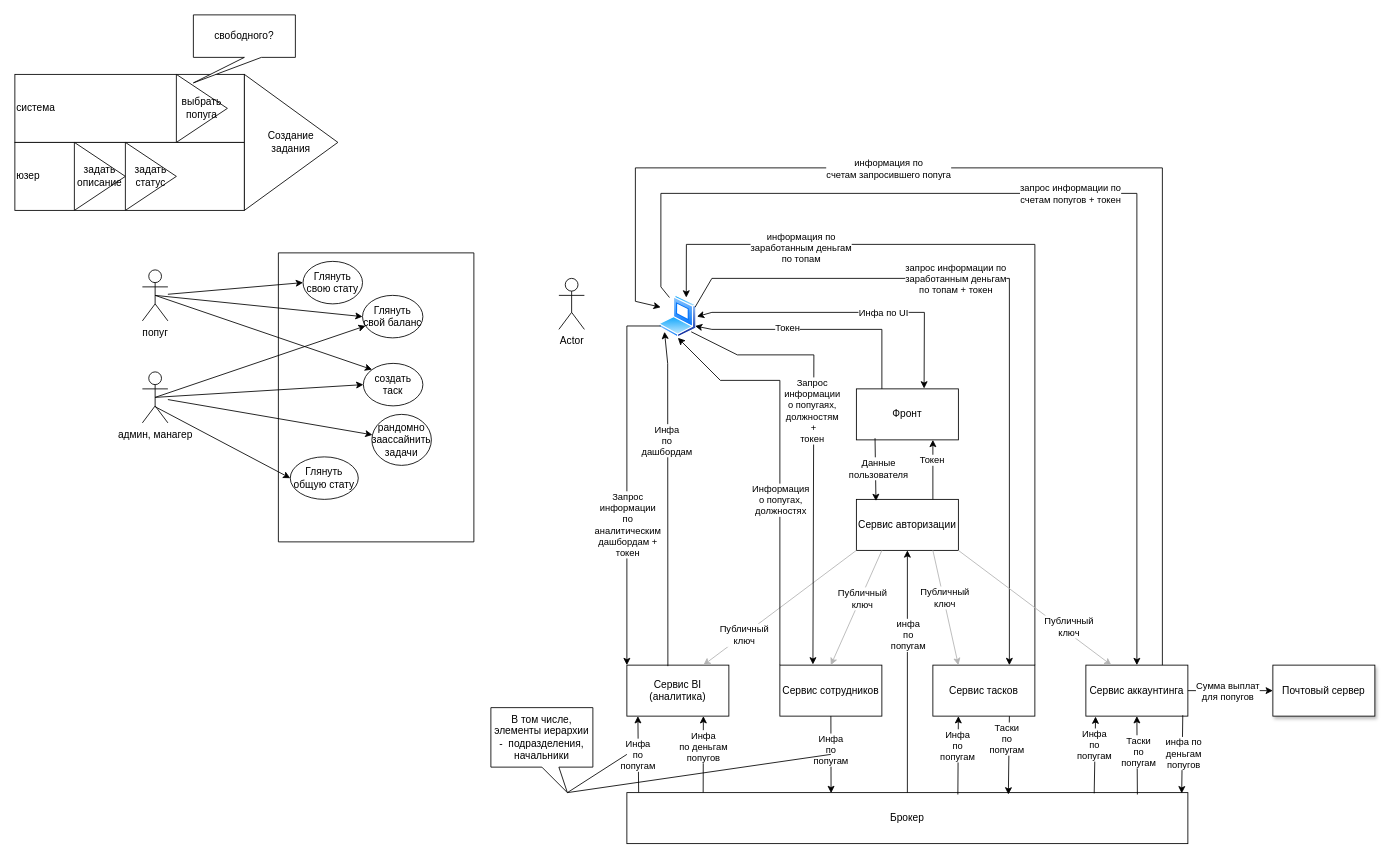
Before: hometask_0/Initial_schema.drawio in mechaleth/PopuJIRAcc, a draw.io diagram. Source tidied: cells renumbered, new cells numbered last; positions are measured from the earlier drawing's top-left corner, leaving out a move shared by most shapes. Both pictures are drawn from the tidied source at 85%, with x=0, y=0 at pixel (14, 14).
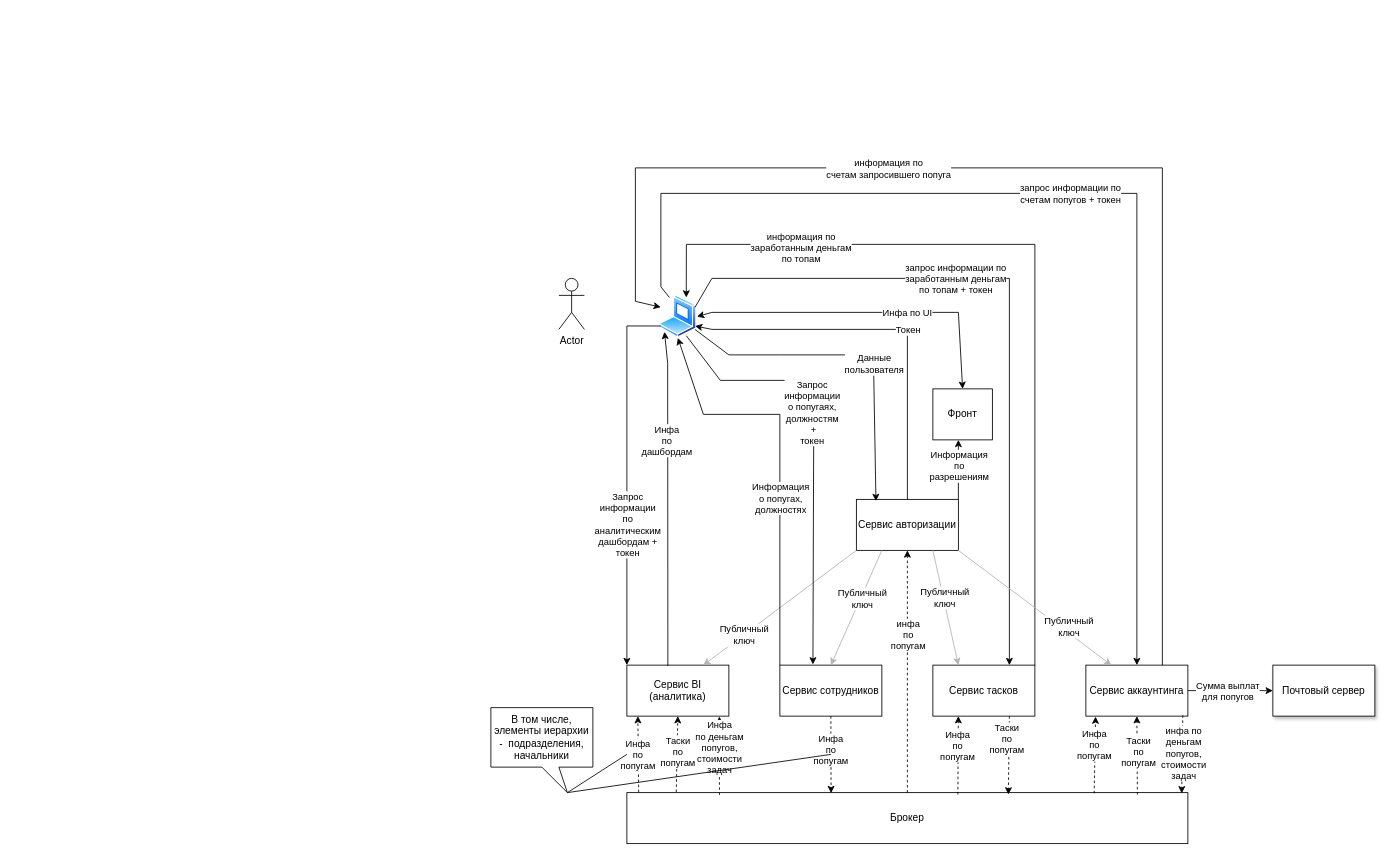
The same page after the edit.

Unchanged cells that the change refers to:
```xml
<mxCell id="19" value="Сервис BI (аналитика)" style="rounded=0;whiteSpace=wrap;html=1;" parent="1" vertex="1">
  <mxGeometry x="720" y="765" width="120" height="60" as="geometry" />
</mxCell>
<mxCell id="20" value="Сервис авторизации" style="rounded=0;whiteSpace=wrap;html=1;" parent="1" vertex="1">
  <mxGeometry x="990" y="570" width="120" height="60" as="geometry" />
</mxCell>
<mxCell id="21" value="Сервис сотрудников" style="rounded=0;whiteSpace=wrap;html=1;" parent="1" vertex="1">
  <mxGeometry x="900" y="765" width="120" height="60" as="geometry" />
</mxCell>
<mxCell id="22" value="Сервис тасков" style="rounded=0;whiteSpace=wrap;html=1;" parent="1" vertex="1">
  <mxGeometry x="1080" y="765" width="120" height="60" as="geometry" />
</mxCell>
<mxCell id="23" value="Сервис аккаунтинга" style="rounded=0;whiteSpace=wrap;html=1;" parent="1" vertex="1">
  <mxGeometry x="1260" y="765" width="120" height="60" as="geometry" />
</mxCell>
<mxCell id="25" value="Брокер" style="rounded=0;whiteSpace=wrap;html=1;" parent="1" vertex="1">
  <mxGeometry x="720" y="915" width="660" height="60" as="geometry" />
</mxCell>
<mxCell id="36" style="image;perimeter=ellipsePerimeter;html=1;align=center;shadow=0;dashed=0;spacingTop=3;image=img/lib/active_directory/laptop_client.svg;" parent="1" vertex="1">
  <mxGeometry x="757.5" y="330" width="45" height="50" as="geometry" />
</mxCell>
```

Diff of the diagram source:
```diff
@@
-    <mxCell id="2" value="система" style="rounded=0;whiteSpace=wrap;html=1;align=left;" parent="1" vertex="1">
-      <mxGeometry y="70" width="270" height="80" as="geometry" />
-    </mxCell>
-    <mxCell id="3" value="юзер" style="rounded=0;whiteSpace=wrap;html=1;align=left;" parent="1" vertex="1">
-      <mxGeometry y="150" width="270" height="80" as="geometry" />
-    </mxCell>
-    <mxCell id="4" style="swimlane;startSize=0;" parent="1" vertex="1">
-      <mxGeometry x="310" y="280" width="230" height="340" as="geometry" />
-    </mxCell>
-    <mxCell id="5" value="создать таск" style="ellipse;whiteSpace=wrap;html=1;" parent="4" vertex="1">
-      <mxGeometry x="100" y="130" width="70" height="50" as="geometry" />
-    </mxCell>
-    <mxCell id="6" value="рандомно заассайнить задачи" style="ellipse;whiteSpace=wrap;html=1;" parent="4" vertex="1">
-      <mxGeometry x="110" y="190" width="70" height="60" as="geometry" />
-    </mxCell>
-    <mxCell id="7" value="Глянуть&lt;br&gt;общую стату" style="ellipse;whiteSpace=wrap;html=1;" parent="4" vertex="1">
-      <mxGeometry x="14" y="240" width="80" height="50" as="geometry" />
-    </mxCell>
-    <mxCell id="8" value="Глянуть свою стату" style="ellipse;whiteSpace=wrap;html=1;" parent="4" vertex="1">
-      <mxGeometry x="29" y="10" width="70" height="50" as="geometry" />
-    </mxCell>
-    <mxCell id="9" value="Глянуть свой баланс" style="ellipse;whiteSpace=wrap;html=1;" parent="4" vertex="1">
-      <mxGeometry x="99" y="50" width="71" height="50" as="geometry" />
-    </mxCell>
-    <mxCell id="10" value="попуг" style="shape=umlActor;verticalLabelPosition=bottom;verticalAlign=top;html=1;outlineConnect=0;" parent="1" vertex="1">
-      <mxGeometry x="150" y="300" width="30" height="60" as="geometry" />
-    </mxCell>
-    <mxCell id="11" value="админ, манагер" style="shape=umlActor;verticalLabelPosition=bottom;verticalAlign=top;html=1;outlineConnect=0;" parent="1" vertex="1">
-      <mxGeometry x="150" y="420" width="30" height="60" as="geometry" />
-    </mxCell>
-    <mxCell id="12" value="задать описание" style="triangle;whiteSpace=wrap;html=1;" parent="1" vertex="1">
-      <mxGeometry x="70" y="150" width="60" height="80" as="geometry" />
-    </mxCell>
-    <mxCell id="13" value="задать статус" style="triangle;whiteSpace=wrap;html=1;" parent="1" vertex="1">
-      <mxGeometry x="130" y="150" width="60" height="80" as="geometry" />
-    </mxCell>
-    <mxCell id="14" value="выбрать попуга" style="triangle;whiteSpace=wrap;html=1;" parent="1" vertex="1">
-      <mxGeometry x="190" y="70" width="60" height="80" as="geometry" />
-    </mxCell>
-    <mxCell id="15" style="endArrow=classic;html=1;rounded=0;" parent="1" edge="1" source="11" target="6">
-      <mxGeometry relative="1" as="geometry" />
-    </mxCell>
-    <mxCell id="16" style="endArrow=classic;html=1;rounded=0;entryX=0;entryY=0.5;entryDx=0;entryDy=0;exitX=0.5;exitY=0.5;exitDx=0;exitDy=0;exitPerimeter=0;" parent="1" edge="1" source="11" target="5">
-      <mxGeometry relative="1" as="geometry" />
-    </mxCell>
-    <mxCell id="17" style="endArrow=classic;html=1;rounded=0;entryX=0;entryY=0;entryDx=0;entryDy=0;exitX=0.5;exitY=0.5;exitDx=0;exitDy=0;exitPerimeter=0;" parent="1" edge="1" source="10" target="5">
-      <mxGeometry relative="1" as="geometry" />
-    </mxCell>
-    <mxCell id="18" value="свободного?" style="shape=callout;whiteSpace=wrap;html=1;perimeter=calloutPerimeter;position2=0;" parent="1" vertex="1">
-      <mxGeometry x="210" width="120" height="80" as="geometry" />
-    </mxCell>
@@
     <mxCell id="24" value="Фронт" style="rounded=0;whiteSpace=wrap;html=1;" parent="1" vertex="1">
-      <mxGeometry x="990" y="440" width="120" height="60" as="geometry" />
+      <mxGeometry x="1080" y="440" width="70" height="60" as="geometry" />
     </mxCell>
@@
-    <mxCell id="26" style="endArrow=classic;html=1;rounded=0;entryX=0.192;entryY=0.033;entryDx=0;entryDy=0;entryPerimeter=0;exitX=0.183;exitY=0.967;exitDx=0;exitDy=0;exitPerimeter=0;" parent="1" edge="1" source="24" target="20">
-      <mxGeometry relative="1" as="geometry" />
+    <mxCell id="26" style="endArrow=classic;html=1;rounded=0;entryX=0.192;entryY=0.033;entryDx=0;entryDy=0;entryPerimeter=0;" parent="1" edge="1" target="20">
+      <mxGeometry relative="1" as="geometry">
+        <mxPoint x="800" y="370" as="sourcePoint" />
+        <Array as="points">
+          <mxPoint x="840" y="400" />
+          <mxPoint x="900" y="400" />
+          <mxPoint x="1010" y="400" />
+        </Array>
+      </mxGeometry>
     </mxCell>
     <mxCell id="27" value="Данные&lt;br&gt;пользователя" style="edgeLabel;html=1;align=center;verticalAlign=middle;" parent="26" vertex="1">
-      <mxGeometry x="-0.02" y="3" relative="1" as="geometry" />
+      <mxGeometry x="-0.02" y="3" relative="1" as="geometry">
+        <mxPoint x="28" y="13" as="offset" />
+      </mxGeometry>
     </mxCell>
-    <mxCell id="28" style="endArrow=classic;html=1;rounded=0;exitX=0.75;exitY=0;exitDx=0;exitDy=0;entryX=0.75;entryY=1;entryDx=0;entryDy=0;" parent="1" edge="1" source="20" target="24">
-      <mxGeometry relative="1" as="geometry" />
-    </mxCell>
-    <mxCell id="29" value="Токен" style="edgeLabel;html=1;align=center;verticalAlign=middle;" parent="28" vertex="1">
-      <mxGeometry x="0.35" y="2" relative="1" as="geometry" />
-    </mxCell>
@@
-    <mxCell id="31" value="Создание&lt;br&gt;задания" style="triangle;whiteSpace=wrap;html=1;" parent="1" vertex="1">
-      <mxGeometry x="270" y="70" width="110" height="160" as="geometry" />
-    </mxCell>
-    <mxCell id="32" style="endArrow=classic;html=1;rounded=0;exitX=0.5;exitY=0.683;exitDx=0;exitDy=0;exitPerimeter=0;entryX=0;entryY=0.5;entryDx=0;entryDy=0;" parent="1" edge="1" source="11" target="7">
-      <mxGeometry relative="1" as="geometry" />
-    </mxCell>
-    <mxCell id="33" style="endArrow=classic;html=1;rounded=0;entryX=0;entryY=0.5;entryDx=0;entryDy=0;" parent="1" edge="1" source="10" target="8">
-      <mxGeometry relative="1" as="geometry" />
-    </mxCell>
-    <mxCell id="34" style="endArrow=classic;html=1;rounded=0;exitX=0.5;exitY=0.5;exitDx=0;exitDy=0;exitPerimeter=0;entryX=0;entryY=0.5;entryDx=0;entryDy=0;" parent="1" edge="1" source="10" target="9">
-      <mxGeometry relative="1" as="geometry" />
-    </mxCell>
-    <mxCell id="35" style="endArrow=classic;html=1;rounded=0;exitX=0.5;exitY=0.5;exitDx=0;exitDy=0;exitPerimeter=0;" parent="1" edge="1" source="11" target="9">
-      <mxGeometry relative="1" as="geometry" />
-    </mxCell>
@@
-    <mxCell id="37" style="endArrow=classic;html=1;rounded=0;entryX=0.664;entryY=-0.007;entryDx=0;entryDy=0;entryPerimeter=0;exitX=1;exitY=0.5;exitDx=0;exitDy=0;startArrow=classic;startFill=1;" parent="1" edge="1" source="36" target="24">
+    <mxCell id="37" style="endArrow=classic;html=1;rounded=0;entryX=0.5;entryY=0;entryDx=0;entryDy=0;exitX=1;exitY=0.5;exitDx=0;exitDy=0;startArrow=classic;startFill=1;" parent="1" edge="1" source="36" target="24">
       <mxGeometry relative="1" as="geometry">
         <Array as="points">
           <mxPoint x="820" y="350" />
-          <mxPoint x="1070" y="350" />
+          <mxPoint x="1110" y="350" />
         </Array>
       </mxGeometry>
     </mxCell>
@@
-    <mxCell id="39" style="endArrow=classic;html=1;rounded=0;exitX=0.25;exitY=0;exitDx=0;exitDy=0;entryX=1;entryY=0.75;entryDx=0;entryDy=0;" parent="1" edge="1" source="24" target="36">
+    <mxCell id="39" style="endArrow=classic;html=1;rounded=0;exitX=0.5;exitY=0;exitDx=0;exitDy=0;entryX=1;entryY=0.75;entryDx=0;entryDy=0;" parent="1" edge="1" source="20" target="36">
       <mxGeometry relative="1" as="geometry">
         <Array as="points">
-          <mxPoint x="1020" y="370" />
+          <mxPoint x="1050" y="370" />
           <mxPoint x="820" y="370" />
         </Array>
       </mxGeometry>
     </mxCell>
     <mxCell id="40" value="Токен" style="edgeLabel;html=1;align=center;verticalAlign=middle;" parent="39" vertex="1">
       <mxGeometry x="0.26" y="-3" relative="1" as="geometry">
-        <mxPoint x="1" as="offset" />
+        <mxPoint x="84" y="3" as="offset" />
       </mxGeometry>
     </mxCell>
-    <mxCell id="41" style="endArrow=classic;html=1;rounded=0;exitX=0.5;exitY=1;exitDx=0;exitDy=0;entryX=0.364;entryY=0.009;entryDx=0;entryDy=0;entryPerimeter=0;" parent="1" edge="1" source="21" target="25">
+    <mxCell id="41" style="endArrow=classic;html=1;rounded=0;exitX=0.5;exitY=1;exitDx=0;exitDy=0;entryX=0.364;entryY=0.009;entryDx=0;entryDy=0;entryPerimeter=0;dashed=1;" parent="1" edge="1" source="21" target="25">
       <mxGeometry relative="1" as="geometry" />
     </mxCell>
@@
-    <mxCell id="43" style="endArrow=classic;html=1;rounded=0;entryX=0.095;entryY=1.008;entryDx=0;entryDy=0;entryPerimeter=0;exitX=0.833;exitY=0.014;exitDx=0;exitDy=0;exitPerimeter=0;" parent="1" edge="1" source="25" target="23">
+    <mxCell id="43" style="endArrow=classic;html=1;rounded=0;entryX=0.095;entryY=1.008;entryDx=0;entryDy=0;entryPerimeter=0;exitX=0.833;exitY=0.014;exitDx=0;exitDy=0;exitPerimeter=0;dashed=1;" parent="1" edge="1" source="25" target="23">
       <mxGeometry relative="1" as="geometry" />
     </mxCell>
@@
-    <mxCell id="45" style="endArrow=classic;html=1;rounded=0;exitX=0.59;exitY=0.037;exitDx=0;exitDy=0;exitPerimeter=0;entryX=0.25;entryY=1;entryDx=0;entryDy=0;" parent="1" edge="1" source="25" target="22">
+    <mxCell id="45" style="endArrow=classic;html=1;rounded=0;exitX=0.59;exitY=0.037;exitDx=0;exitDy=0;exitPerimeter=0;entryX=0.25;entryY=1;entryDx=0;entryDy=0;dashed=1;" parent="1" edge="1" source="25" target="22">
       <mxGeometry relative="1" as="geometry" />
     </mxCell>
@@
-    <mxCell id="47" style="endArrow=classic;html=1;rounded=0;exitX=0.75;exitY=1;exitDx=0;exitDy=0;entryX=0.68;entryY=0.037;entryDx=0;entryDy=0;entryPerimeter=0;" parent="1" edge="1" source="22" target="25">
+    <mxCell id="47" style="endArrow=classic;html=1;rounded=0;exitX=0.75;exitY=1;exitDx=0;exitDy=0;entryX=0.68;entryY=0.037;entryDx=0;entryDy=0;entryPerimeter=0;dashed=1;" parent="1" edge="1" source="22" target="25">
       <mxGeometry relative="1" as="geometry" />
     </mxCell>
@@
-    <mxCell id="49" style="endArrow=classic;html=1;rounded=0;entryX=0.5;entryY=1;entryDx=0;entryDy=0;exitX=0.91;exitY=0.037;exitDx=0;exitDy=0;exitPerimeter=0;" parent="1" edge="1" source="25" target="23">
+    <mxCell id="49" style="endArrow=classic;html=1;rounded=0;entryX=0.5;entryY=1;entryDx=0;entryDy=0;exitX=0.91;exitY=0.037;exitDx=0;exitDy=0;exitPerimeter=0;dashed=1;" parent="1" edge="1" source="25" target="23">
       <mxGeometry relative="1" as="geometry" />
     </mxCell>
@@
-    <mxCell id="54" style="endArrow=classic;html=1;rounded=0;exitX=0.95;exitY=0.983;exitDx=0;exitDy=0;exitPerimeter=0;entryX=0.989;entryY=0.014;entryDx=0;entryDy=0;entryPerimeter=0;" parent="1" edge="1" source="23" target="25">
+    <mxCell id="54" style="endArrow=classic;html=1;rounded=0;exitX=0.95;exitY=0.983;exitDx=0;exitDy=0;exitPerimeter=0;entryX=0.989;entryY=0.014;entryDx=0;entryDy=0;entryPerimeter=0;dashed=1;" parent="1" edge="1" source="23" target="25">
       <mxGeometry relative="1" as="geometry" />
     </mxCell>
-    <mxCell id="55" value="инфа по&lt;br&gt;деньгам&lt;br&gt;попугов" style="edgeLabel;html=1;align=center;verticalAlign=middle;" parent="54" vertex="1">
+    <mxCell id="55" value="инфа по&lt;br&gt;деньгам&lt;br&gt;попугов,&lt;br&gt;стоимости&lt;br&gt;задач" style="edgeLabel;html=1;align=center;verticalAlign=middle;" parent="54" vertex="1">
       <mxGeometry x="-0.36" y="1" relative="1" as="geometry">
         <mxPoint y="16" as="offset" />
       </mxGeometry>
     </mxCell>
-    <mxCell id="56" style="endArrow=classic;html=1;rounded=0;entryX=0.108;entryY=1;entryDx=0;entryDy=0;entryPerimeter=0;exitX=0.021;exitY=-0.007;exitDx=0;exitDy=0;exitPerimeter=0;" parent="1" edge="1" source="25" target="19">
+    <mxCell id="56" style="endArrow=classic;html=1;rounded=0;entryX=0.108;entryY=1;entryDx=0;entryDy=0;entryPerimeter=0;exitX=0.021;exitY=-0.007;exitDx=0;exitDy=0;exitPerimeter=0;dashed=1;" parent="1" edge="1" source="25" target="19">
       <mxGeometry relative="1" as="geometry" />
     </mxCell>
@@
-    <mxCell id="58" style="endArrow=classic;html=1;rounded=0;entryX=0.75;entryY=1;entryDx=0;entryDy=0;exitX=0.136;exitY=-0.003;exitDx=0;exitDy=0;exitPerimeter=0;" parent="1" edge="1" source="25" target="19">
+    <mxCell id="58" style="endArrow=classic;html=1;rounded=0;dashed=1;exitX=0.165;exitY=0.045;exitDx=0;exitDy=0;exitPerimeter=0;entryX=0.907;entryY=1.006;entryDx=0;entryDy=0;entryPerimeter=0;" parent="1" edge="1" source="25" target="19">
       <mxGeometry relative="1" as="geometry" />
     </mxCell>
-    <mxCell id="59" value="Инфа&lt;br&gt;по деньгам&lt;br&gt;попугов" style="edgeLabel;html=1;align=center;verticalAlign=middle;" parent="58" vertex="1">
+    <mxCell id="59" value="Инфа&lt;br&gt;по деньгам&lt;br&gt;попугов,&lt;br&gt;стоимости&lt;br&gt;задач" style="edgeLabel;html=1;align=center;verticalAlign=middle;" parent="58" vertex="1">
       <mxGeometry x="0.48" y="1" relative="1" as="geometry">
         <mxPoint x="1" y="12" as="offset" />
       </mxGeometry>
     </mxCell>
@@
-    <mxCell id="79" style="endArrow=classic;html=1;rounded=0;exitX=0.5;exitY=0;exitDx=0;exitDy=0;" parent="1" edge="1" source="25" target="20">
+    <mxCell id="79" style="endArrow=classic;html=1;rounded=0;exitX=0.5;exitY=0;exitDx=0;exitDy=0;dashed=1;" parent="1" edge="1" source="25" target="20">
       <mxGeometry relative="1" as="geometry" />
     </mxCell>
@@
     <mxCell id="81" style="endArrow=classic;html=1;rounded=0;entryX=0.5;entryY=1;entryDx=0;entryDy=0;exitX=0;exitY=0;exitDx=0;exitDy=0;" parent="1" edge="1" source="21" target="36">
       <mxGeometry relative="1" as="geometry">
         <Array as="points">
-          <mxPoint x="900" y="430" />
-          <mxPoint x="830" y="430" />
+          <mxPoint x="900" y="470" />
+          <mxPoint x="810" y="470" />
         </Array>
       </mxGeometry>
     </mxCell>
@@
-    <mxCell id="87" style="endArrow=classic;html=1;rounded=0;exitX=1;exitY=1;exitDx=0;exitDy=0;entryX=0.324;entryY=-0.013;entryDx=0;entryDy=0;entryPerimeter=0;" parent="1" edge="1" source="36" target="21">
+    <mxCell id="87" style="endArrow=classic;html=1;rounded=0;exitX=0.75;exitY=1;exitDx=0;exitDy=0;entryX=0.324;entryY=-0.013;entryDx=0;entryDy=0;entryPerimeter=0;" parent="1" edge="1" source="36" target="21">
       <mxGeometry relative="1" as="geometry">
         <Array as="points">
-          <mxPoint x="850" y="400" />
-          <mxPoint x="940" y="400" />
+          <mxPoint x="830" y="430" />
+          <mxPoint x="940" y="430" />
         </Array>
       </mxGeometry>
     </mxCell>
@@
+    <mxCell id="89" style="endArrow=classic;html=1;rounded=0;exitX=1;exitY=0;exitDx=0;exitDy=0;" parent="1" edge="1" source="20">
+      <mxGeometry relative="1" as="geometry">
+        <mxPoint x="1110" y="500" as="targetPoint" />
+      </mxGeometry>
+    </mxCell>
+    <mxCell id="90" value="Информация&lt;br&gt;по&lt;br&gt;разрешениям" style="edgeLabel;html=1;align=center;verticalAlign=middle;" parent="89" vertex="1">
+      <mxGeometry x="-0.45" y="1" relative="1" as="geometry">
+        <mxPoint x="1" y="-21" as="offset" />
+      </mxGeometry>
+    </mxCell>
+    <mxCell id="91" style="endArrow=classic;html=1;rounded=0;exitX=0.088;exitY=-0.012;exitDx=0;exitDy=0;exitPerimeter=0;entryX=0.5;entryY=1;entryDx=0;entryDy=0;dashed=1;" parent="1" edge="1" source="25" target="19">
+      <mxGeometry relative="1" as="geometry" />
+    </mxCell>
+    <mxCell id="92" value="Таски&lt;br style=&quot;border-color: var(--border-color);&quot;&gt;по&lt;br style=&quot;border-color: var(--border-color);&quot;&gt;попугам" style="edgeLabel;html=1;align=center;verticalAlign=middle;" parent="91" vertex="1">
+      <mxGeometry x="0.41" relative="1" as="geometry">
+        <mxPoint y="15" as="offset" />
+      </mxGeometry>
+    </mxCell>
```
